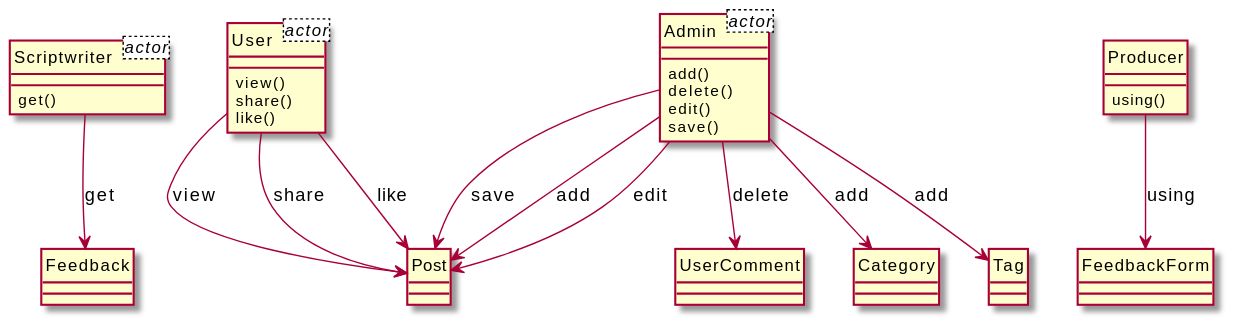
Before: output/diagram_5/2017-USC-Project07.svg, a diagram exported from PlantUML (xixixhalu/DomainModelExtractor).
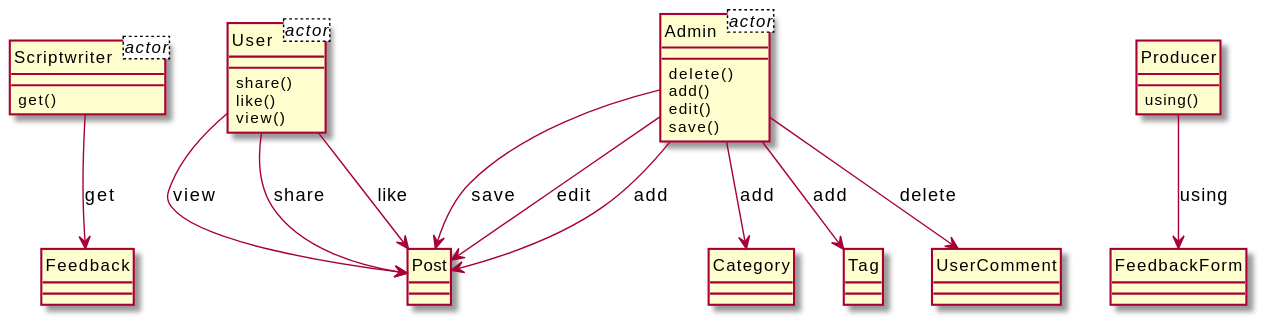
Above is the later version.

Diff of the diagram source:
```diff
@@ -6,44 +6,44 @@
 }
 class Admin<actor> {
 }
-class User {
-	view()
-	share()
-	like()
+class Producer {
+	using()
 }
-class Post {
+class FeedbackForm {
 }
 class Admin {
+	delete()
 	add()
-	delete()
 	edit()
 	save()
 }
-class UserComment {
+class Category {
 }
-class Category {
+class Tag {
+}
+class User {
+	share()
+	like()
+	view()
+}
+class Post {
 }
 class Scriptwriter {
 	get()
 }
 class Feedback {
 }
-class Tag {
+class UserComment {
 }
-class Producer {
-	using()
-}
-class FeedbackForm {
-}
-Scriptwriter --> Feedback : get
-Admin --> UserComment : delete
 User --> Post : view
+Admin --> Tag : add
 Producer --> FeedbackForm : using
 User --> Post : share
+Admin --> Post : save
+Admin --> UserComment : delete
+Admin --> Post : edit
+User --> Post : like
 Admin --> Category : add
-User --> Post : like
-Admin --> Tag : add
-Admin --> Post : save
 Admin --> Post : add
-Admin --> Post : edit
+Scriptwriter --> Feedback : get
 @enduml
```
